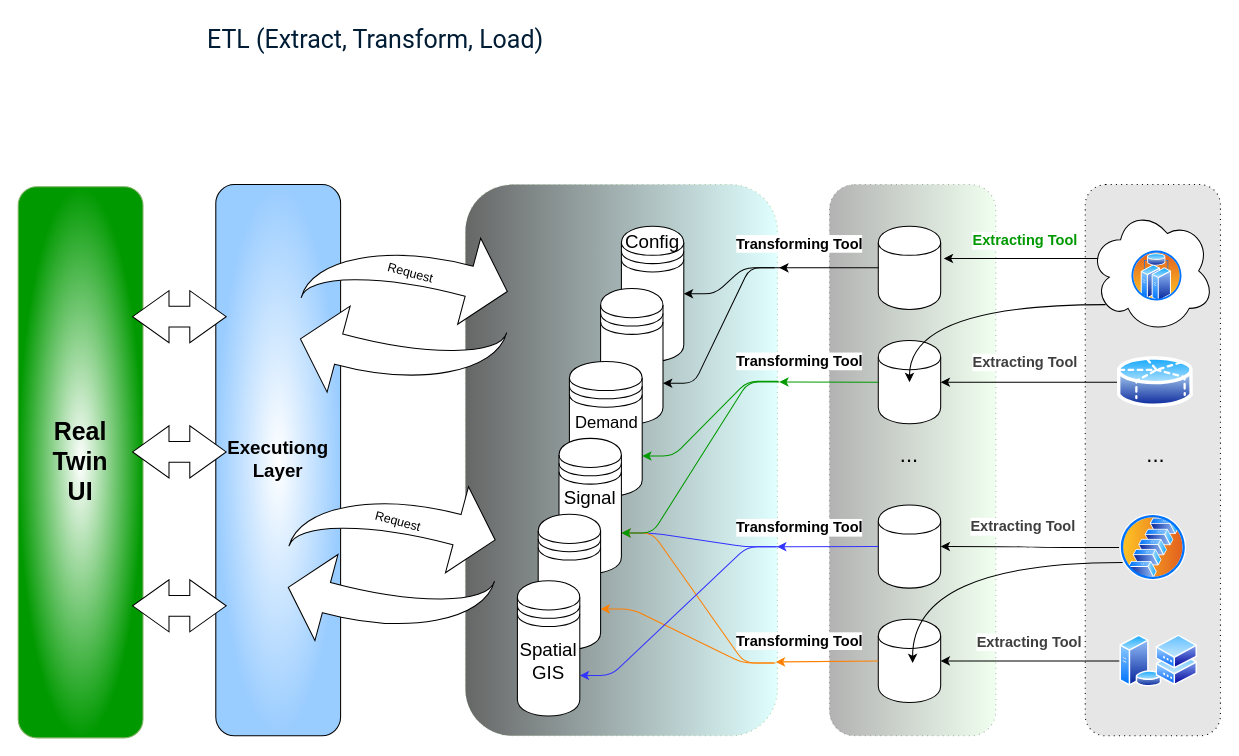
ORNL-Real-Sim/Real-Twin keeps this draw.io diagram as database_design/framework.drawio. Above is the earlier version. Source tidied: cells renumbered, new cells numbered last; positions are measured from the earlier drawing's top-left corner, leaving out a move shared by most shapes. Both pictures are drawn from the tidied source at 104%, with x=0, y=0 at pixel (18, 18).
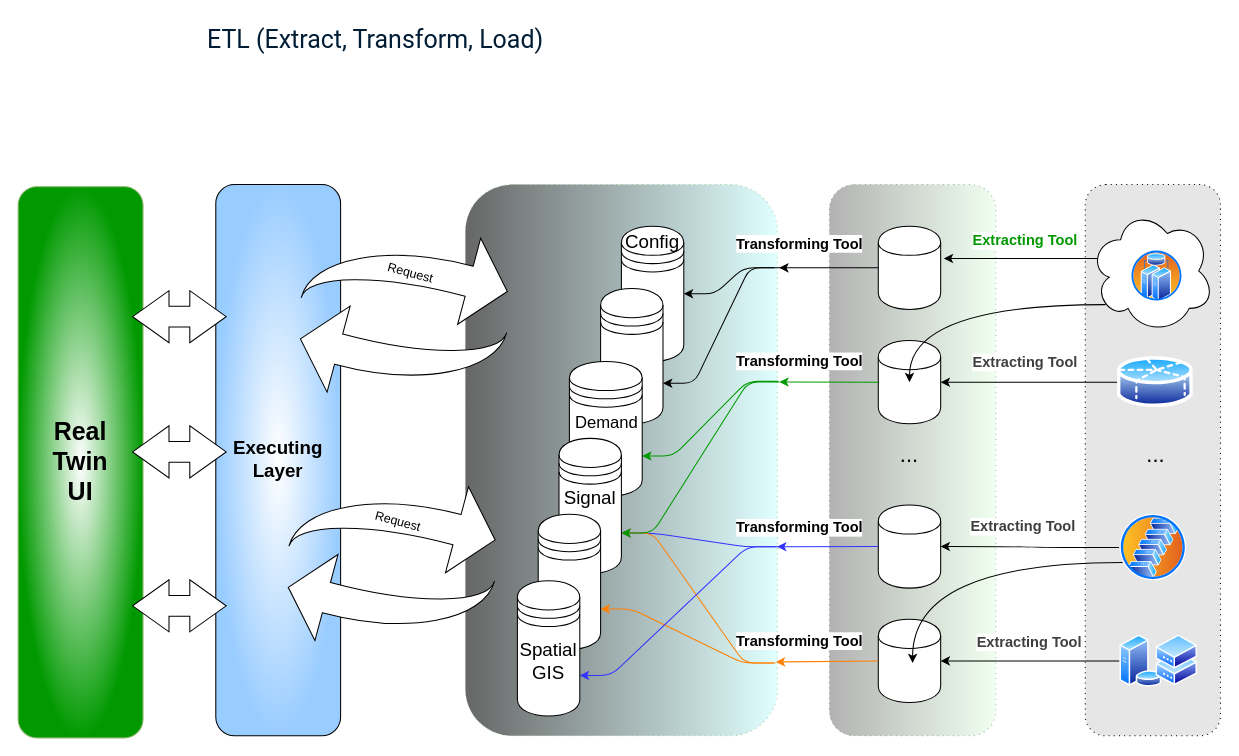
The same diagram, later.

Commit message (it also covers changes not shown here):
update database design framework

Diff of the diagram source:
```diff
@@
-    <mxCell id="2" value="&lt;font style=&quot;font-size: 18px;&quot;&gt;&lt;b&gt;Executiong&lt;/b&gt;&lt;/font&gt;&lt;div&gt;&lt;font style=&quot;font-size: 18px;&quot;&gt;&lt;b&gt;Layer&lt;/b&gt;&lt;/font&gt;&lt;/div&gt;" style="rounded=1;whiteSpace=wrap;html=1;gradientColor=#99CCFF;gradientDirection=radial;" parent="1" vertex="1">
+    <mxCell id="2" value="&lt;font style=&quot;font-size: 18px;&quot;&gt;&lt;b&gt;Executing&lt;/b&gt;&lt;/font&gt;&lt;div&gt;&lt;font style=&quot;font-size: 18px;&quot;&gt;&lt;b&gt;Layer&lt;/b&gt;&lt;/font&gt;&lt;/div&gt;" style="rounded=1;whiteSpace=wrap;html=1;gradientColor=#99CCFF;gradientDirection=radial;" parent="1" vertex="1">
       <mxGeometry x="190" y="160" width="120" height="530" as="geometry" />
     </mxCell>
```
